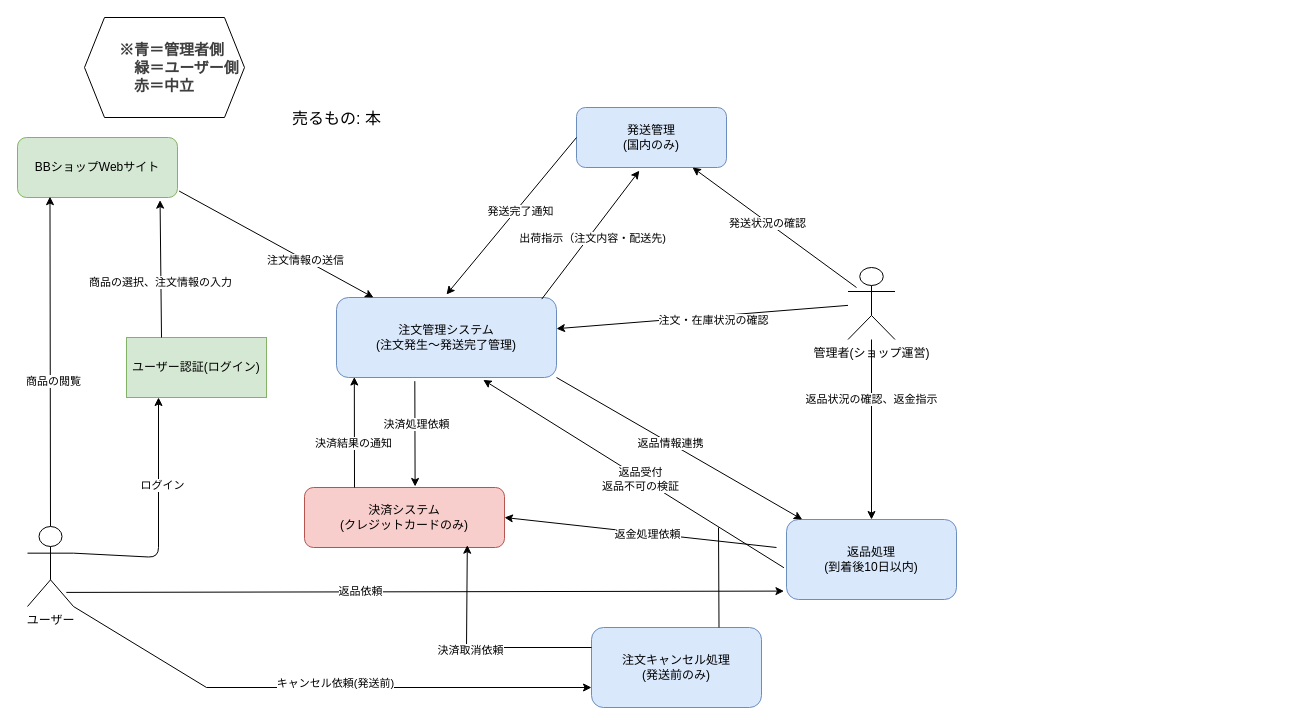
Before: BBshop/bbshop_order_system.drawio in ghbuser12/ohara_uml, a draw.io diagram. Source tidied: cells renumbered, new cells numbered last; positions are measured from the earlier drawing's top-left corner, leaving out a move shared by most shapes. Both pictures are drawn from the tidied source at 100%, with x=0, y=0 at pixel (17, 17).
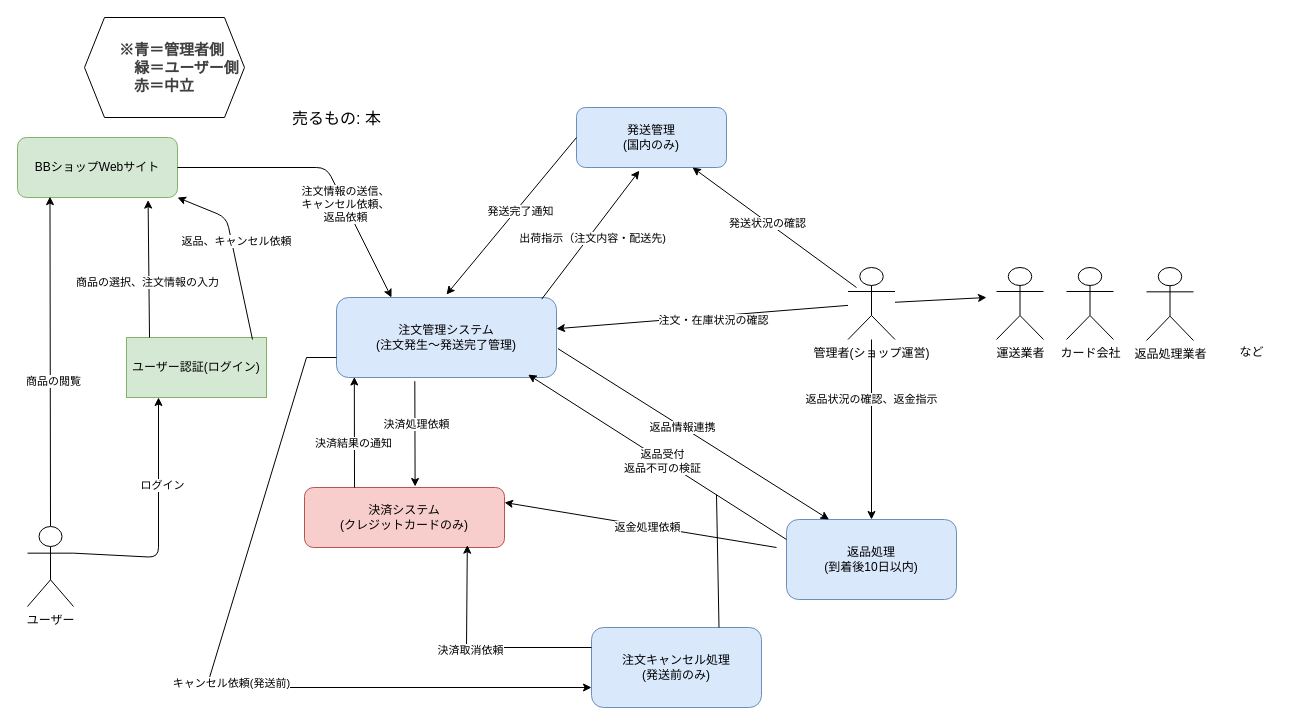
The same diagram, later.

Unchanged cells that the change refers to:
```xml
<mxCell id="2" value="BBショップWebサイト" style="shape=rectangle;rounded=1;whiteSpace=wrap;html=1;fillColor=#d5e8d4;strokeColor=#82b366;" parent="1" vertex="1">
  <mxGeometry y="120" width="160" height="60" as="geometry" />
</mxCell>
<mxCell id="3" value="注文管理システム&#10;(注文発生～発送完了管理)" style="shape=rectangle;rounded=1;whiteSpace=wrap;html=1;fillColor=#dae8fc;strokeColor=#6c8ebf;" parent="1" vertex="1">
  <mxGeometry x="319" y="280" width="220" height="80" as="geometry" />
</mxCell>
<mxCell id="4" value="決済システム&#10;(クレジットカードのみ)" style="shape=rectangle;rounded=1;whiteSpace=wrap;html=1;fillColor=#f8cecc;strokeColor=#b85450;" parent="1" vertex="1">
  <mxGeometry x="287" y="470" width="200" height="60" as="geometry" />
</mxCell>
<mxCell id="6" value="返品処理&lt;br&gt;(到着後10日以内)" style="shape=rectangle;rounded=1;whiteSpace=wrap;html=1;fillColor=#dae8fc;strokeColor=#6c8ebf;" parent="1" vertex="1">
  <mxGeometry x="769" y="502" width="170" height="80" as="geometry" />
</mxCell>
<mxCell id="34" value="ユーザー" style="shape=umlActor;verticalLabelPosition=bottom;verticalAlign=top;html=1;outlineConnect=0;" parent="1" vertex="1">
  <mxGeometry x="10" y="509" width="46" height="80" as="geometry" />
</mxCell>
<mxCell id="35" value="ユーザー認証(ログイン)" style="rounded=0;whiteSpace=wrap;html=1;fillColor=#d5e8d4;strokeColor=#82b366;" parent="1" vertex="1">
  <mxGeometry x="109" y="320" width="140" height="60" as="geometry" />
</mxCell>
<mxCell id="41" value="注文キャンセル処理&lt;br&gt;(発送前のみ)" style="shape=rectangle;rounded=1;whiteSpace=wrap;html=1;fillColor=#dae8fc;strokeColor=#6c8ebf;" parent="1" vertex="1">
  <mxGeometry x="574" y="610" width="170" height="80" as="geometry" />
</mxCell>
<mxCell id="49" value="管理者(ショップ運営)" style="shape=umlActor;verticalLabelPosition=bottom;verticalAlign=top;html=1;" parent="1" vertex="1">
  <mxGeometry x="830.5" y="250" width="47" height="72" as="geometry" />
</mxCell>
```

Change to the diagram source:
```diff
@@
-    <mxCell id="9" style="exitX=1.01;exitY=0.892;exitDx=0;exitDy=0;exitPerimeter=0;" parent="1" edge="1" source="2" target="3">
-      <mxGeometry relative="1" as="geometry" />
+    <mxCell id="9" style="exitX=1;exitY=0.5;exitDx=0;exitDy=0;entryX=0.25;entryY=0;entryDx=0;entryDy=0;" parent="1" edge="1" source="2" target="3">
+      <mxGeometry relative="1" as="geometry">
+        <Array as="points">
+          <mxPoint x="309" y="150" />
+        </Array>
+      </mxGeometry>
     </mxCell>
-    <mxCell id="10" value="注文情報の送信" style="edgeLabel;html=1;align=center;verticalAlign=middle;" parent="9" vertex="1">
+    <mxCell id="10" value="注文情報の送信、&lt;br&gt;&lt;div&gt;&lt;font color=&quot;#000000&quot;&gt;キャンセル依頼&lt;/font&gt;、&lt;/div&gt;&lt;div&gt;返品依頼&lt;/div&gt;" style="edgeLabel;html=1;align=center;verticalAlign=middle;" parent="9" vertex="1">
       <mxGeometry x="0.29" relative="1" as="geometry" />
     </mxCell>
@@
-    <mxCell id="16" style="exitX=1;exitY=1;exitDx=0;exitDy=0;" parent="1" edge="1" source="3" target="6">
+    <mxCell id="16" style="exitX=1.007;exitY=0.64;exitDx=0;exitDy=0;entryX=0.25;entryY=0;entryDx=0;entryDy=0;exitPerimeter=0;" parent="1" edge="1" source="3" target="6">
       <mxGeometry relative="1" as="geometry" />
     </mxCell>
@@
-    <mxCell id="29" style="entryX=0.667;entryY=1.03;entryDx=0;entryDy=0;exitX=-0.015;exitY=0.603;exitDx=0;exitDy=0;exitPerimeter=0;entryPerimeter=0;" parent="1" edge="1" source="6" target="3">
+    <mxCell id="29" style="entryX=0.871;entryY=0.964;entryDx=0;entryDy=0;exitX=0;exitY=0.25;exitDx=0;exitDy=0;entryPerimeter=0;" parent="1" edge="1" source="6" target="3">
       <mxGeometry relative="1" as="geometry" />
     </mxCell>
@@
-    <mxCell id="32" style="entryX=-0.015;entryY=0.895;entryDx=0;entryDy=0;entryPerimeter=0;exitX=0.844;exitY=0.824;exitDx=0;exitDy=0;exitPerimeter=0;" parent="1" edge="1" source="34" target="6">
-      <mxGeometry relative="1" as="geometry" />
-    </mxCell>
-    <mxCell id="33" value="返品依頼" style="edgeLabel;html=1;align=center;verticalAlign=middle;" parent="32" vertex="1">
-      <mxGeometry x="-0.18" y="1" relative="1" as="geometry" />
-    </mxCell>
@@
-    <mxCell id="36" style="exitX=0.25;exitY=0;exitDx=0;exitDy=0;entryX=0.891;entryY=1.044;entryDx=0;entryDy=0;entryPerimeter=0;" parent="1" edge="1" source="35" target="2">
-      <mxGeometry relative="1" as="geometry" />
+    <mxCell id="36" style="exitX=0.25;exitY=0;exitDx=0;exitDy=0;entryX=0.891;entryY=1.044;entryDx=0;entryDy=0;entryPerimeter=0;" parent="1" edge="1">
+      <mxGeometry relative="1" as="geometry">
+        <mxPoint x="132" y="320" as="sourcePoint" />
+        <mxPoint x="130.6" y="182.6" as="targetPoint" />
+      </mxGeometry>
     </mxCell>
     <mxCell id="37" value="商品の選択、注文情報の入力" style="edgeLabel;html=1;align=center;verticalAlign=middle;" parent="36" vertex="1">
-      <mxGeometry x="-0.18" y="1" relative="1" as="geometry" />
+      <mxGeometry x="-0.18" y="1" relative="1" as="geometry">
+        <mxPoint x="-1" as="offset" />
+      </mxGeometry>
     </mxCell>
@@
     <mxCell id="42" style="endArrow=none;html=1;rounded=0;exitX=0.75;exitY=0;exitDx=0;exitDy=0;" parent="1" edge="1" source="41">
       <mxGeometry relative="1" as="geometry">
-        <mxPoint x="701" y="510" as="targetPoint" />
+        <mxPoint x="699" y="477" as="targetPoint" />
       </mxGeometry>
     </mxCell>
@@
-    <mxCell id="45" style="endArrow=classic;html=1;rounded=0;entryX=1;entryY=0.5;entryDx=0;entryDy=0;" parent="1" edge="1" target="4">
+    <mxCell id="45" style="endArrow=classic;html=1;rounded=0;entryX=1;entryY=0.25;entryDx=0;entryDy=0;" parent="1" edge="1" target="4">
       <mxGeometry relative="1" as="geometry">
         <mxPoint x="759" y="530" as="sourcePoint" />
       </mxGeometry>
     </mxCell>
@@
-    <mxCell id="47" style="endArrow=classic;html=1;rounded=0;entryX=0;entryY=0.75;entryDx=0;entryDy=0;exitX=1;exitY=1;exitDx=0;exitDy=0;exitPerimeter=0;" parent="1" edge="1" source="34" target="41">
+    <mxCell id="47" style="endArrow=classic;html=1;rounded=0;entryX=0;entryY=0.75;entryDx=0;entryDy=0;exitX=0;exitY=0.75;exitDx=0;exitDy=0;" parent="1" edge="1" source="3" target="41">
       <mxGeometry relative="1" as="geometry">
         <Array as="points">
+          <mxPoint x="289" y="340" />
           <mxPoint x="189" y="670" />
         </Array>
       </mxGeometry>
     </mxCell>
@@
+    <mxCell id="51" value="運送業者" style="shape=umlActor;verticalLabelPosition=bottom;verticalAlign=top;html=1;" parent="1" vertex="1">
+      <mxGeometry x="979" y="250" width="47" height="72" as="geometry" />
+    </mxCell>
+    <mxCell id="52" style="endArrow=classic;html=1;" parent="1" edge="1" source="49">
+      <mxGeometry relative="1" as="geometry">
+        <mxPoint x="969" y="280" as="targetPoint" />
+      </mxGeometry>
+    </mxCell>
+    <mxCell id="53" value="カード会社" style="shape=umlActor;verticalLabelPosition=bottom;verticalAlign=top;html=1;" parent="1" vertex="1">
+      <mxGeometry x="1049" y="250" width="47" height="72" as="geometry" />
+    </mxCell>
+    <mxCell id="54" value="返品処理業者" style="shape=umlActor;verticalLabelPosition=bottom;verticalAlign=top;html=1;" parent="1" vertex="1">
+      <mxGeometry x="1129" y="250" width="47" height="73" as="geometry" />
+    </mxCell>
+    <mxCell id="55" value="など" style="text;html=1;align=center;verticalAlign=middle;strokeColor=none;fillColor=none;" parent="1" vertex="1">
+      <mxGeometry x="1209" y="320" width="50" height="30" as="geometry" />
+    </mxCell>
+    <mxCell id="56" style="exitX=0.25;exitY=0;exitDx=0;exitDy=0;entryX=1;entryY=1;entryDx=0;entryDy=0;" parent="1" edge="1" target="2">
+      <mxGeometry relative="1" as="geometry">
+        <mxPoint x="235" y="322" as="sourcePoint" />
+        <Array as="points">
+          <mxPoint x="209" y="200" />
+        </Array>
+      </mxGeometry>
+    </mxCell>
+    <mxCell id="57" value="返品、キャンセル依頼" style="edgeLabel;html=1;align=center;verticalAlign=middle;" parent="56" vertex="1">
+      <mxGeometry x="-0.18" y="1" relative="1" as="geometry">
+        <mxPoint y="-27" as="offset" />
+      </mxGeometry>
+    </mxCell>
```
